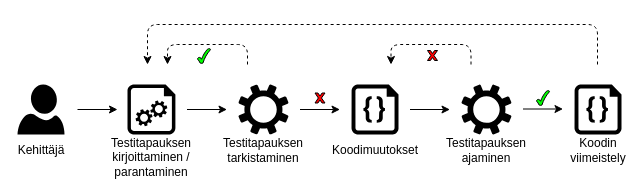
Earlier version of the draw.io diagram assets/testausvetoinen-kehitys.drawio (jukkapajarinen/TUNIMasterThesis). Source tidied: cells renumbered, new cells numbered last; positions are measured from the earlier drawing's top-left corner, leaving out a move shared by most shapes. Both pictures are drawn from the tidied source at 100%, with x=0, y=0 at pixel (17, 24).
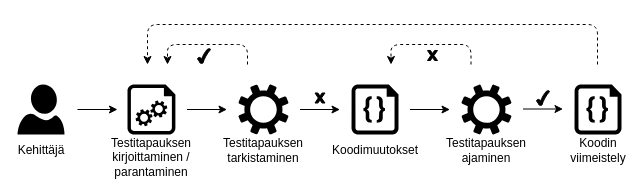
After the change.

Diff of the diagram source:
```diff
@@
-    <mxCell id="20" style="verticalLabelPosition=bottom;verticalAlign=top;html=1;shape=mxgraph.basic.x;fillColor=#FF0000;" parent="1" vertex="1">
+    <mxCell id="20" style="verticalLabelPosition=bottom;verticalAlign=top;html=1;shape=mxgraph.basic.x;fillColor=#000000;" parent="1" vertex="1">
       <mxGeometry x="297.5" y="68.5" width="10" height="10" as="geometry" />
     </mxCell>
@@
-    <mxCell id="23" style="verticalLabelPosition=bottom;verticalAlign=top;html=1;shape=mxgraph.basic.tick;fillColor=#00FF00;" parent="1" vertex="1">
+    <mxCell id="23" style="verticalLabelPosition=bottom;verticalAlign=top;html=1;shape=mxgraph.basic.tick;fillColor=#000000;" parent="1" vertex="1">
       <mxGeometry x="180" y="24" width="13" height="15" as="geometry" />
     </mxCell>
-    <mxCell id="24" style="verticalLabelPosition=bottom;verticalAlign=top;html=1;shape=mxgraph.basic.tick;fillColor=#00FF00;" parent="1" vertex="1">
+    <mxCell id="24" style="verticalLabelPosition=bottom;verticalAlign=top;html=1;shape=mxgraph.basic.tick;fillColor=#000000;" parent="1" vertex="1">
       <mxGeometry x="519" y="66" width="13" height="15" as="geometry" />
     </mxCell>
-    <mxCell id="25" style="verticalLabelPosition=bottom;verticalAlign=top;html=1;shape=mxgraph.basic.x;fillColor=#FF0000;" parent="1" vertex="1">
+    <mxCell id="25" style="verticalLabelPosition=bottom;verticalAlign=top;html=1;shape=mxgraph.basic.x;fillColor=#000000;" parent="1" vertex="1">
       <mxGeometry x="410" y="26" width="10" height="10" as="geometry" />
     </mxCell>
```
